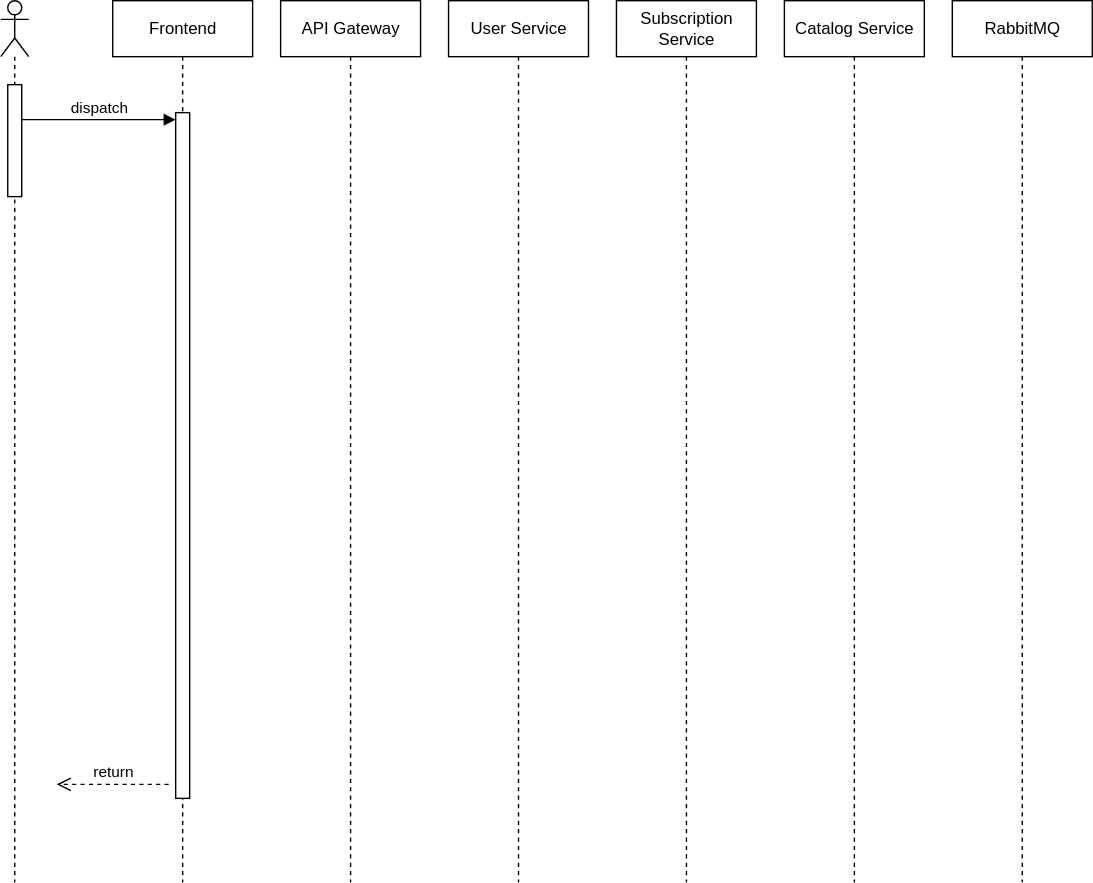
Michail19/NewspaperSubscriber keeps this draw.io diagram as UML/UML_sequences.svg. Above is the earlier version. Source tidied: cells renumbered, new cells last; positions are measured from the earlier drawing's top-left corner, leaving out a move shared by most shapes.
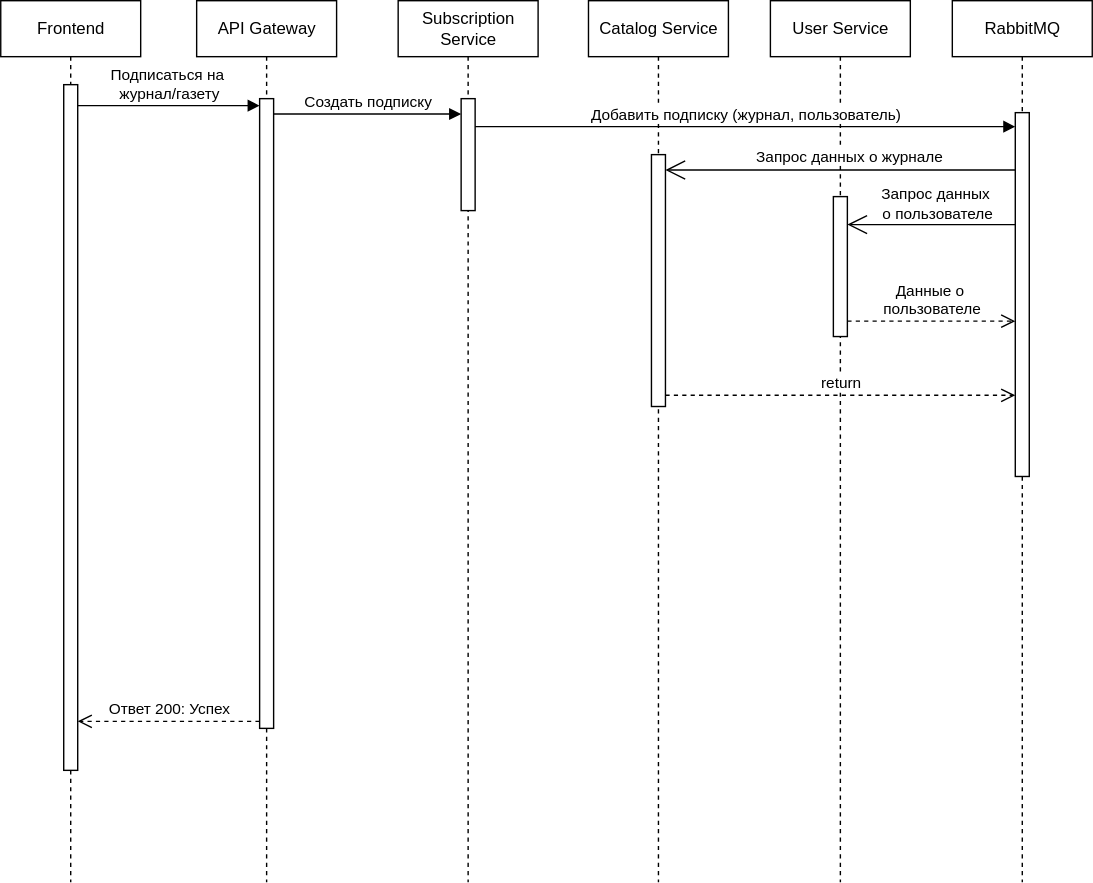
The same file after the commit.

Commit message:
UML prolong

Diff of the diagram source:
```diff
@@ -2,40 +2,90 @@
   <root>
     <mxCell id="0" />
     <mxCell id="1" parent="0" />
-    <mxCell id="2" style="shape=umlLifeline;perimeter=lifelinePerimeter;whiteSpace=wrap;html=1;newEdgeStyle={&quot;curved&quot;:0,&quot;rounded&quot;:0};participant=umlActor;" parent="1" vertex="1">
-      <mxGeometry width="20" height="630" as="geometry" />
-    </mxCell>
-    <mxCell id="3" style="html=1;points=[[0,0,0,0,5],[0,1,0,0,-5],[1,0,0,0,5],[1,1,0,0,-5]];perimeter=orthogonalPerimeter;outlineConnect=0;targetShapes=umlLifeline;portConstraint=eastwest;newEdgeStyle={&quot;curved&quot;:0,&quot;rounded&quot;:0};" parent="2" vertex="1">
-      <mxGeometry x="5" y="60" width="10" height="80" as="geometry" />
-    </mxCell>
     <mxCell id="4" value="Frontend" style="shape=umlLifeline;perimeter=lifelinePerimeter;whiteSpace=wrap;html=1;newEdgeStyle={&quot;curved&quot;:0,&quot;rounded&quot;:0};" parent="1" vertex="1">
-      <mxGeometry x="80" width="100" height="630" as="geometry" />
+      <mxGeometry width="100" height="630" as="geometry" />
     </mxCell>
     <mxCell id="5" style="html=1;points=[[0,0,0,0,5],[0,1,0,0,-5],[1,0,0,0,5],[1,1,0,0,-5]];perimeter=orthogonalPerimeter;outlineConnect=0;targetShapes=umlLifeline;portConstraint=eastwest;newEdgeStyle={&quot;curved&quot;:0,&quot;rounded&quot;:0};" parent="4" vertex="1">
-      <mxGeometry x="45" y="80" width="10" height="490" as="geometry" />
+      <mxGeometry x="45" y="60" width="10" height="490" as="geometry" />
     </mxCell>
     <mxCell id="6" value="API Gateway" style="shape=umlLifeline;perimeter=lifelinePerimeter;whiteSpace=wrap;html=1;newEdgeStyle={&quot;curved&quot;:0,&quot;rounded&quot;:0};" parent="1" vertex="1">
-      <mxGeometry x="200" width="100" height="630" as="geometry" />
+      <mxGeometry x="140" width="100" height="630" as="geometry" />
     </mxCell>
+    <mxCell id="13" style="html=1;points=[[0,0,0,0,5],[0,1,0,0,-5],[1,0,0,0,5],[1,1,0,0,-5]];perimeter=orthogonalPerimeter;outlineConnect=0;targetShapes=umlLifeline;portConstraint=eastwest;newEdgeStyle={&quot;curved&quot;:0,&quot;rounded&quot;:0};" parent="6" vertex="1">
+      <mxGeometry x="45" y="70" width="10" height="450" as="geometry" />
+    </mxCell>
     <mxCell id="7" value="User Service" style="shape=umlLifeline;perimeter=lifelinePerimeter;whiteSpace=wrap;html=1;newEdgeStyle={&quot;curved&quot;:0,&quot;rounded&quot;:0};" parent="1" vertex="1">
-      <mxGeometry x="320" width="100" height="630" as="geometry" />
+      <mxGeometry x="550" width="100" height="630" as="geometry" />
     </mxCell>
+    <mxCell id="14" style="html=1;perimeter=orthogonalPerimeter;targetShapes=umlLifeline;newEdgeStyle={&quot;curved&quot;:0,&quot;rounded&quot;:0};" parent="7" vertex="1">
+      <mxGeometry x="45" y="140" width="10" height="100" as="geometry" />
+    </mxCell>
     <mxCell id="8" value="Subscription Service" style="shape=umlLifeline;perimeter=lifelinePerimeter;whiteSpace=wrap;html=1;newEdgeStyle={&quot;curved&quot;:0,&quot;rounded&quot;:0};" parent="1" vertex="1">
-      <mxGeometry x="440" width="100" height="630" as="geometry" />
+      <mxGeometry x="284" width="100" height="630" as="geometry" />
     </mxCell>
+    <mxCell id="15" style="html=1;points=[[0,0,0,0,5],[0,1,0,0,-5],[1,0,0,0,5],[1,1,0,0,-5]];perimeter=orthogonalPerimeter;outlineConnect=0;targetShapes=umlLifeline;portConstraint=eastwest;newEdgeStyle={&quot;curved&quot;:0,&quot;rounded&quot;:0};" parent="8" vertex="1">
+      <mxGeometry x="45" y="70" width="10" height="80" as="geometry" />
+    </mxCell>
     <mxCell id="9" value="Catalog Service" style="shape=umlLifeline;perimeter=lifelinePerimeter;whiteSpace=wrap;html=1;newEdgeStyle={&quot;curved&quot;:0,&quot;rounded&quot;:0};" parent="1" vertex="1">
-      <mxGeometry x="560" width="100" height="630" as="geometry" />
+      <mxGeometry x="420" width="100" height="630" as="geometry" />
     </mxCell>
+    <mxCell id="16" style="html=1;perimeter=orthogonalPerimeter;targetShapes=umlLifeline;newEdgeStyle={&quot;curved&quot;:0,&quot;rounded&quot;:0};" parent="9" vertex="1">
+      <mxGeometry x="45" y="110" width="10" height="180" as="geometry" />
+    </mxCell>
     <mxCell id="10" value="RabbitMQ" style="shape=umlLifeline;perimeter=lifelinePerimeter;whiteSpace=wrap;html=1;newEdgeStyle={&quot;curved&quot;:0,&quot;rounded&quot;:0};" parent="1" vertex="1">
       <mxGeometry x="680" width="100" height="630" as="geometry" />
     </mxCell>
-    <mxCell id="11" value="dispatch" style="html=1;verticalAlign=bottom;endArrow=block;curved=0;rounded=0;entryX=0;entryY=0;entryDx=0;entryDy=5;" parent="1" edge="1" source="3" target="5">
-      <mxGeometry relative="1" as="geometry" />
-    </mxCell>
+    <mxCell id="17" style="html=1;points=[[0,0,0,0,5],[0,1,0,0,-5],[1,0,0,0,5],[1,1,0,0,-5]];perimeter=orthogonalPerimeter;outlineConnect=0;targetShapes=umlLifeline;portConstraint=eastwest;newEdgeStyle={&quot;curved&quot;:0,&quot;rounded&quot;:0};" parent="10" vertex="1">
+      <mxGeometry x="45" y="80" width="10" height="260" as="geometry" />
+    </mxCell>
+    <mxCell id="18" value="Подписаться на&amp;nbsp;&lt;div&gt;журнал/газету&lt;/div&gt;" style="html=1;verticalAlign=bottom;endArrow=block;curved=0;rounded=0;entryX=0;entryY=0;entryDx=0;entryDy=5;" parent="1" edge="1" source="5" target="13">
+      <mxGeometry relative="1" as="geometry" />
+    </mxCell>
+    <mxCell id="19" value="Ответ 200: Успех" style="html=1;verticalAlign=bottom;endArrow=open;dashed=1;endSize=8;curved=0;rounded=0;exitX=0;exitY=1;exitDx=0;exitDy=-5;" parent="1" edge="1" source="13" target="5">
+      <mxGeometry relative="1" as="geometry" />
+    </mxCell>
+    <mxCell id="20" value="Создать подписку" style="html=1;verticalAlign=bottom;endArrow=block;curved=0;rounded=0;" parent="1" edge="1" target="15">
+      <mxGeometry relative="1" as="geometry">
+        <mxPoint x="195" y="81" as="sourcePoint" />
+      </mxGeometry>
+    </mxCell>
+    <mxCell id="21" value="Добавить подписку (журнал, пользователь)" style="html=1;verticalAlign=bottom;endArrow=block;curved=0;rounded=0;" parent="1" edge="1" target="17">
+      <mxGeometry relative="1" as="geometry">
+        <mxPoint x="339" y="90" as="sourcePoint" />
+      </mxGeometry>
+    </mxCell>
+    <mxCell id="22" style="endArrow=open;endFill=1;endSize=12;html=1;rounded=0;" parent="1" edge="1">
+      <mxGeometry relative="1" as="geometry">
+        <mxPoint x="725" y="121" as="sourcePoint" />
+        <mxPoint x="475" y="121" as="targetPoint" />
+      </mxGeometry>
+    </mxCell>
+    <mxCell id="23" value="Запрос данных о журнале" style="edgeLabel;html=1;align=center;verticalAlign=middle;" parent="22" vertex="1">
+      <mxGeometry x="-0.28" y="-1" relative="1" as="geometry">
+        <mxPoint x="-30" y="-10" as="offset" />
+      </mxGeometry>
+    </mxCell>
+    <mxCell id="24" style="endArrow=open;endFill=1;endSize=12;html=1;rounded=0;" parent="1" edge="1">
+      <mxGeometry relative="1" as="geometry">
+        <mxPoint x="725" y="160" as="sourcePoint" />
+        <mxPoint x="605" y="160" as="targetPoint" />
+      </mxGeometry>
+    </mxCell>
+    <mxCell id="25" value="Запрос данных&amp;nbsp;&lt;div&gt;о пользователе&lt;/div&gt;" style="edgeLabel;html=1;align=center;verticalAlign=middle;" parent="24" vertex="1">
+      <mxGeometry x="-0.28" y="-1" relative="1" as="geometry">
+        <mxPoint x="-14" y="-15" as="offset" />
+      </mxGeometry>
+    </mxCell>
+    <mxCell id="26" value="Данные о&amp;nbsp;&lt;div&gt;пользователе&lt;/div&gt;" style="html=1;verticalAlign=bottom;endArrow=open;dashed=1;endSize=8;curved=0;rounded=0;" parent="1" edge="1">
+      <mxGeometry relative="1" as="geometry">
+        <mxPoint x="605" y="229" as="sourcePoint" />
+        <mxPoint x="725" y="229" as="targetPoint" />
+      </mxGeometry>
+    </mxCell>
     <mxCell id="12" value="return" style="html=1;verticalAlign=bottom;endArrow=open;dashed=1;endSize=8;curved=0;rounded=0;" parent="1" edge="1">
       <mxGeometry relative="1" as="geometry">
-        <mxPoint x="120" y="560" as="sourcePoint" />
-        <mxPoint x="40" y="560" as="targetPoint" />
+        <mxPoint x="475" y="282" as="sourcePoint" />
+        <mxPoint x="725" y="282" as="targetPoint" />
       </mxGeometry>
     </mxCell>
   </root>
```
